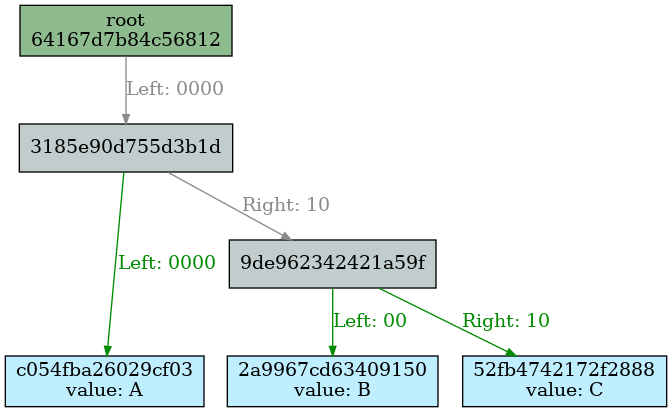
Above: docs/merkle_tree/merge/left_branches.dot.png in juicebox-systems/juicebox-hsm-realm (Graphviz), before the change. Its source is kept beside it as docs/merkle_tree/merge/left_branches.dot.
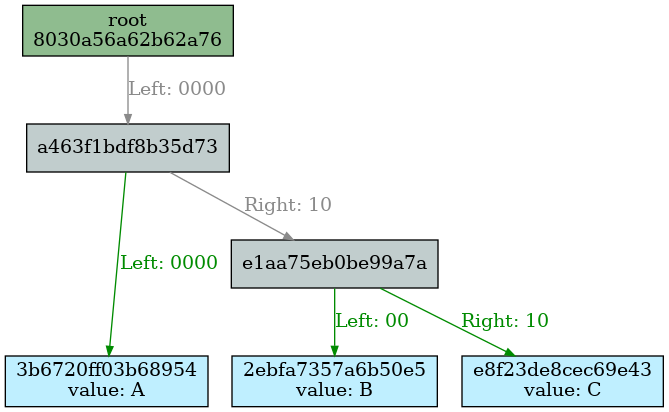
After the change.

What changed in the source:
```diff
@@ -1,38 +1,38 @@
 Digraph merkletree {
 
-h64167d7b84c56812 -> h3185e90d755d3b1d [arrowsize=0.7 color=gray54 fontcolor=gray54 label="Left: 0000\l" nojustify=true ];
-h3185e90d755d3b1d -> hc054fba26029cf03 [arrowsize=0.7 color=green4 fillcolor=green4 fontcolor=green4 label="Left: 0000" nojustify=true ];
-h3185e90d755d3b1d -> h9de962342421a59f [arrowsize=0.7 color=gray54 fontcolor=gray54 label="Right: 10\l" nojustify=true ];
-h9de962342421a59f -> h2a9967cd63409150 [arrowsize=0.7 color=green4 fillcolor=green4 fontcolor=green4 label="Left: 00" nojustify=true ];
-h9de962342421a59f -> h52fb4742172f2888 [arrowsize=0.7 color=green4 fillcolor=green4 fontcolor=green4 label="Right: 10" nojustify=true ];
+h8030a56a62b62a76 -> ha463f1bdf8b35d73 [arrowsize=0.7 color=gray54 fontcolor=gray54 label="Left: 0000" nojustify=true ];
+ha463f1bdf8b35d73 -> h3b6720ff03b68954 [arrowsize=0.7 color=green4 fillcolor=green4 fontcolor=green4 label="Left: 0000" nojustify=true ];
+ha463f1bdf8b35d73 -> he1aa75eb0be99a7a [arrowsize=0.7 color=gray54 fontcolor=gray54 label="Right: 10" nojustify=true ];
+he1aa75eb0be99a7a -> h2ebfa7357a6b50e5 [arrowsize=0.7 color=green4 fillcolor=green4 fontcolor=green4 label="Left: 00" nojustify=true ];
+he1aa75eb0be99a7a -> he8f23de8cec69e43 [arrowsize=0.7 color=green4 fillcolor=green4 fontcolor=green4 label="Right: 10" nojustify=true ];
 
 Subgraph depth_0 {
 rank=same
 
-h64167d7b84c56812 [fillcolor=darkseagreen label="root\n64167d7b84c56812" ordering=out shape=box style=filled ];
+h8030a56a62b62a76 [fillcolor=darkseagreen label="root\n8030a56a62b62a76" ordering=out shape=box style=filled ];
 }
 
 
 Subgraph depth_4 {
 rank=same
 
-h3185e90d755d3b1d [fillcolor=azure3 label="3185e90d755d3b1d" ordering=out shape=box style=filled ];
+ha463f1bdf8b35d73 [fillcolor=azure3 label="a463f1bdf8b35d73" ordering=out shape=box style=filled ];
 }
 
 
 Subgraph depth_256 {
 rank=same
 
-hc054fba26029cf03 [fillcolor=lightblue1 label="c054fba26029cf03\nvalue: A" ordering=out shape=box style=filled ];
-h2a9967cd63409150 [fillcolor=lightblue1 label="2a9967cd63409150\nvalue: B" ordering=out shape=box style=filled ];
-h52fb4742172f2888 [fillcolor=lightblue1 label="52fb4742172f2888\nvalue: C" ordering=out shape=box style=filled ];
+h3b6720ff03b68954 [fillcolor=lightblue1 label="3b6720ff03b68954\nvalue: A" ordering=out shape=box style=filled ];
+h2ebfa7357a6b50e5 [fillcolor=lightblue1 label="2ebfa7357a6b50e5\nvalue: B" ordering=out shape=box style=filled ];
+he8f23de8cec69e43 [fillcolor=lightblue1 label="e8f23de8cec69e43\nvalue: C" ordering=out shape=box style=filled ];
 }
 
 
 Subgraph depth_6 {
 rank=same
 
-h9de962342421a59f [fillcolor=azure3 label="9de962342421a59f" ordering=out shape=box style=filled ];
+he1aa75eb0be99a7a [fillcolor=azure3 label="e1aa75eb0be99a7a" ordering=out shape=box style=filled ];
 }
 
 }
```
